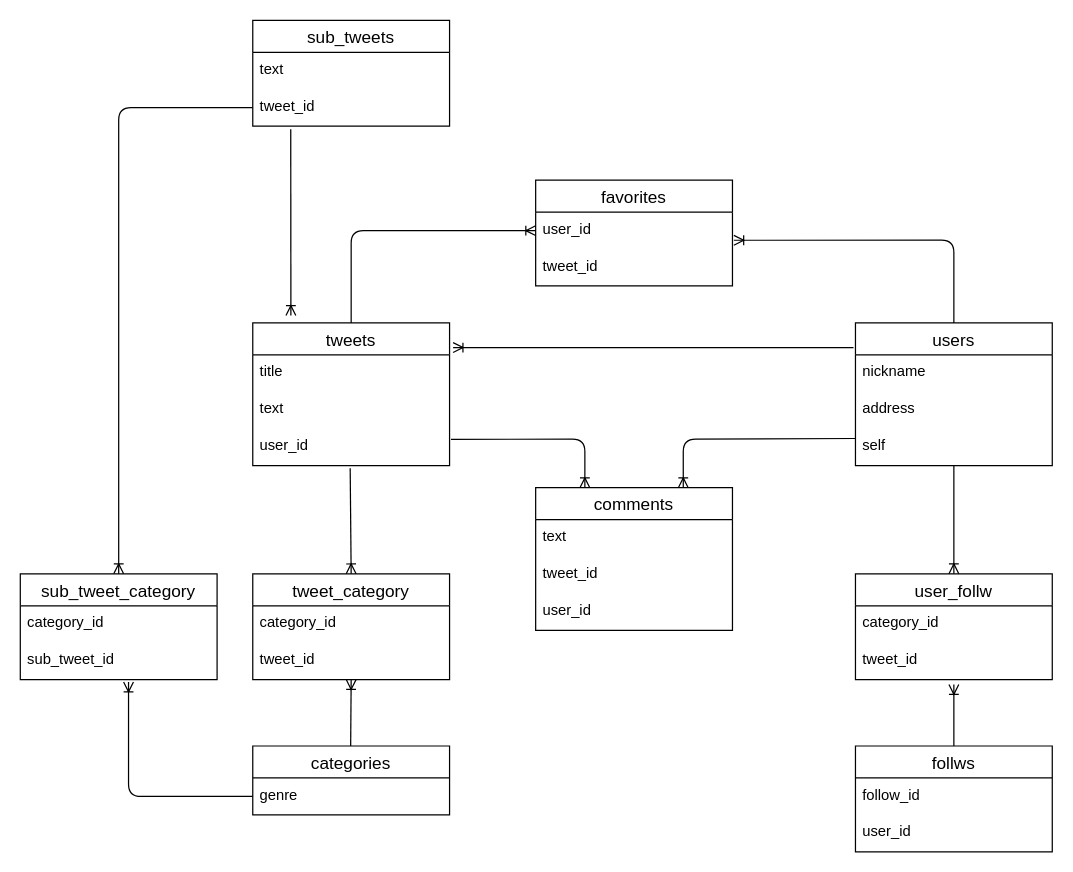
The draw.io diagram ER.dio in nagakihidenori/touring-communications, before the edit. Source tidied: cells renumbered, new cells numbered last; positions are measured from the earlier drawing's top-left corner, leaving out a move shared by most shapes. Both pictures are drawn from the tidied source at 123%, with x=0, y=0 at pixel (20, 20).
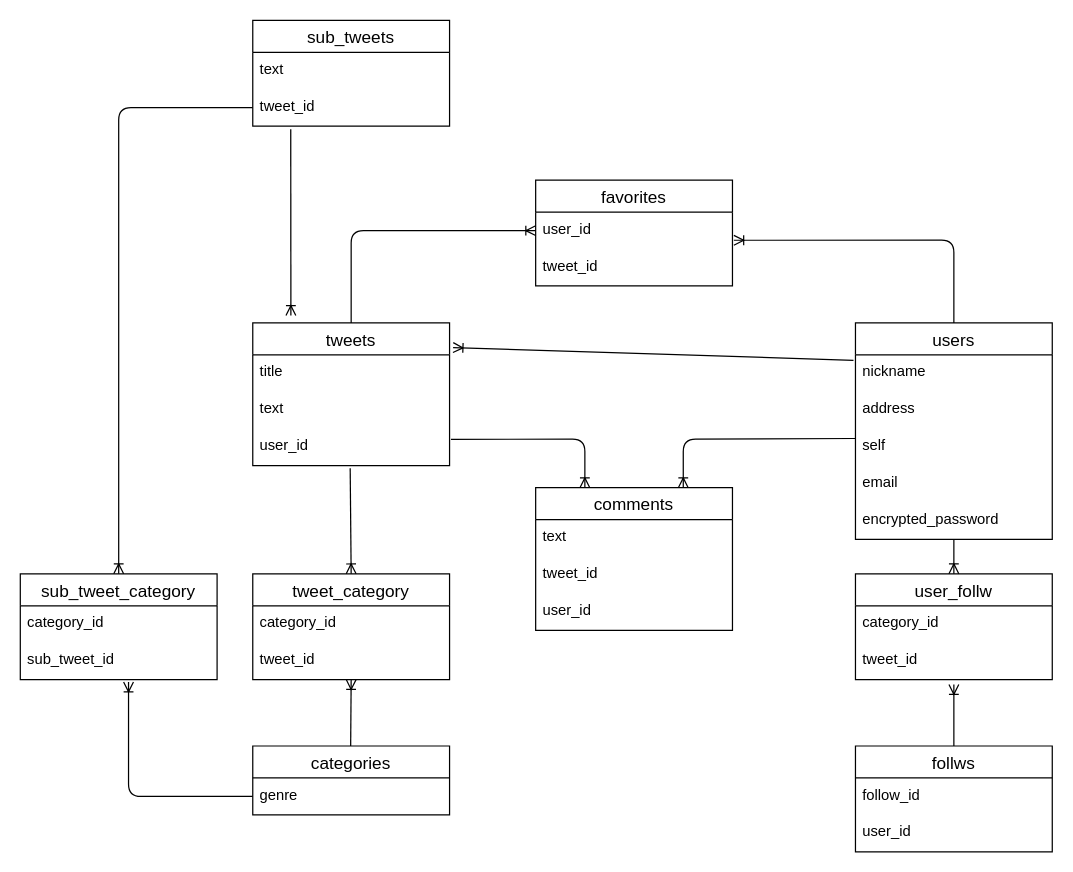
After the change.

Diff of the diagram source:
```diff
@@
     <mxCell id="6" value="users" style="swimlane;fontStyle=0;horizontal=1;startSize=26;align=center;fontSize=14;" parent="1" vertex="1">
-      <mxGeometry x="679" y="246" width="160" height="116" as="geometry" />
+      <mxGeometry x="679" y="246" width="160" height="176" as="geometry" />
     </mxCell>
@@
+    <mxCell id="46" value="email" style="text;strokeColor=none;fillColor=none;spacingLeft=4;spacingRight=4;overflow=hidden;fontSize=12;" parent="6" vertex="1">
+      <mxGeometry y="116" width="160" height="30" as="geometry" />
+    </mxCell>
+    <mxCell id="47" value="encrypted_password" style="text;strokeColor=none;fillColor=none;spacingLeft=4;spacingRight=4;overflow=hidden;fontSize=12;" parent="6" vertex="1">
+      <mxGeometry y="146" width="160" height="30" as="geometry" />
+    </mxCell>
```
